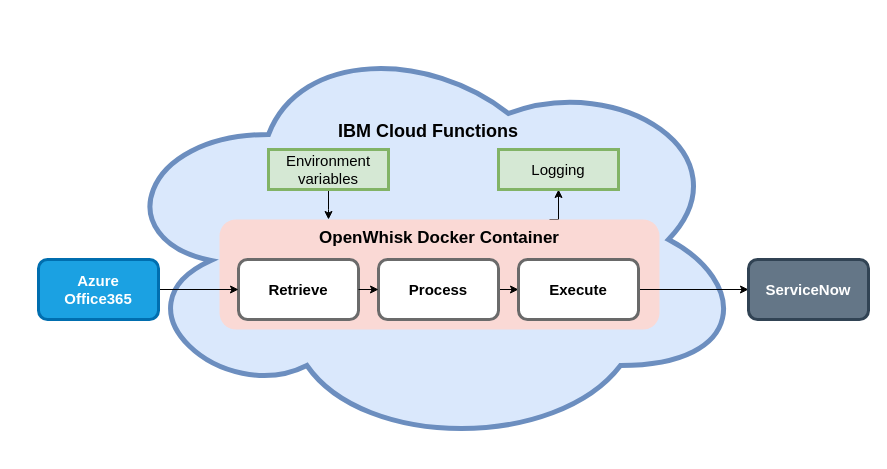
aufbakanleitung/multi-docker keeps this draw.io diagram as Python-E2T.drawio. Above is the earlier version. Source tidied: cells renumbered, new cells numbered last; positions are measured from the earlier drawing's top-left corner, leaving out a move shared by most shapes. Both pictures are drawn from the tidied source at 100%, with x=0, y=0 at pixel (38, 29).
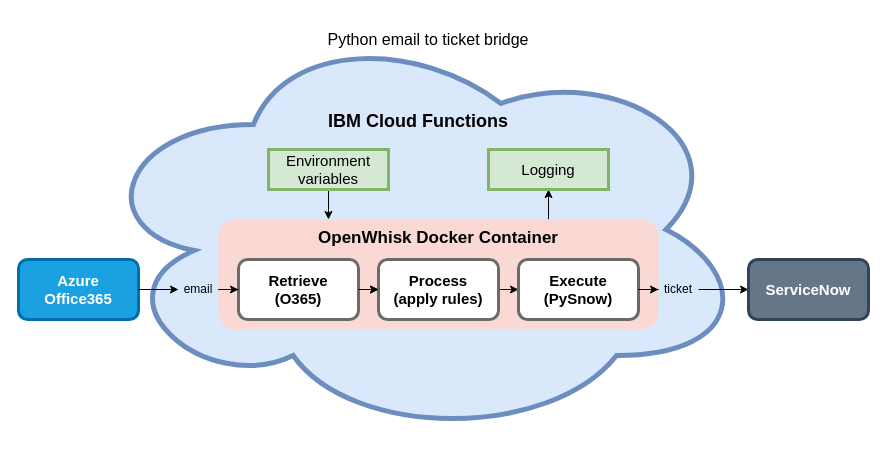
The same page after the edit.

Unchanged cells that the change refers to:
```xml
<mxCell id="13" value="&lt;b&gt;&lt;font color=&quot;#FFFFFF&quot;&gt;ServiceNow&lt;/font&gt;&lt;/b&gt;" style="rounded=1;whiteSpace=wrap;html=1;strokeColor=#314354;fillColor=#647687;fontSize=15;fontColor=#ffffff;strokeWidth=3;" parent="1" vertex="1">
  <mxGeometry x="710" y="230" width="120" height="60" as="geometry" />
</mxCell>
```

What changed in the source:
```diff
@@
     <mxCell id="2" value="&lt;div style=&quot;font-size: 18px&quot;&gt;&lt;b&gt;IBM Cloud Functions&lt;/b&gt;&lt;/div&gt;&lt;div&gt;&lt;br&gt;&lt;/div&gt;&lt;div&gt;&lt;br&gt;&lt;/div&gt;&lt;div&gt;&lt;br&gt;&lt;/div&gt;&lt;div&gt;&lt;br&gt;&lt;/div&gt;&lt;div&gt;&lt;br&gt;&lt;/div&gt;&lt;div&gt;&lt;br&gt;&lt;/div&gt;&lt;div&gt;&lt;br&gt;&lt;/div&gt;&lt;div&gt;&lt;br&gt;&lt;/div&gt;&lt;div&gt;&lt;br&gt;&lt;/div&gt;&lt;div&gt;&lt;br&gt;&lt;/div&gt;&lt;div&gt;&lt;br&gt;&lt;/div&gt;&lt;div&gt;&lt;br&gt;&lt;/div&gt;" style="ellipse;shape=cloud;whiteSpace=wrap;html=1;rounded=1;shadow=0;comic=0;strokeColor=#6c8ebf;strokeWidth=5;fillColor=#dae8fc;fontSize=15;" parent="1" vertex="1">
-      <mxGeometry x="70" width="640" height="420" as="geometry" />
+      <mxGeometry x="50" y="-10" width="660" height="420" as="geometry" />
     </mxCell>
@@
     <mxCell id="4" value="&lt;div style=&quot;font-size: 17px&quot;&gt;OpenWhisk Docker Container&lt;/div&gt;&lt;div&gt;&lt;br&gt;&lt;/div&gt;&lt;div&gt;&lt;br&gt;&lt;/div&gt;&lt;div&gt;&lt;br&gt;&lt;/div&gt;&lt;div&gt;&lt;br&gt;&lt;/div&gt;&lt;div&gt;&lt;br&gt;&lt;/div&gt;" style="rounded=1;whiteSpace=wrap;html=1;fillColor=#fad9d5;strokeColor=none;strokeWidth=5;fontStyle=1;" parent="1" vertex="1">
-      <mxGeometry x="181" y="190" width="440" height="110" as="geometry" />
+      <mxGeometry x="180" y="190" width="440" height="110" as="geometry" />
     </mxCell>
+    <mxCell id="17" style="edgeStyle=orthogonalEdgeStyle;rounded=0;jettySize=auto;html=1;" parent="1" edge="1" source="5" target="7">
+      <mxGeometry relative="1" as="geometry" />
+    </mxCell>
-    <mxCell id="5" value="Retrieve" style="rounded=1;whiteSpace=wrap;html=1;fontStyle=1;fontSize=15;strokeWidth=3;strokeColor=#6B6B6B;" parent="1" vertex="1">
+    <mxCell id="5" value="Retrieve&lt;br&gt;(O365)" style="rounded=1;whiteSpace=wrap;html=1;fontStyle=1;fontSize=15;strokeWidth=3;strokeColor=#6B6B6B;" parent="1" vertex="1">
       <mxGeometry x="200" y="230" width="120" height="60" as="geometry" />
     </mxCell>
@@
-    <mxCell id="7" value="Process" style="rounded=1;whiteSpace=wrap;html=1;fontSize=15;fontStyle=1;strokeWidth=3;strokeColor=#6B6B6B;" parent="1" vertex="1">
+    <mxCell id="7" value="&lt;div&gt;Process&lt;/div&gt;&lt;div&gt;(apply rules)&lt;br&gt;&lt;/div&gt;" style="rounded=1;whiteSpace=wrap;html=1;fontSize=15;fontStyle=1;strokeWidth=3;strokeColor=#6B6B6B;" parent="1" vertex="1">
       <mxGeometry x="340" y="230" width="120" height="60" as="geometry" />
     </mxCell>
-    <mxCell id="8" style="edgeStyle=orthogonalEdgeStyle;rounded=0;jettySize=auto;html=1;exitX=1;exitY=0.5;exitDx=0;exitDy=0;fontSize=15;" parent="1" edge="1" source="9" target="13">
+    <mxCell id="8" style="edgeStyle=orthogonalEdgeStyle;rounded=0;jettySize=auto;html=1;exitX=1;exitY=0.5;exitDx=0;exitDy=0;fontSize=15;" parent="1" edge="1" source="21" target="13">
       <mxGeometry relative="1" as="geometry" />
     </mxCell>
-    <mxCell id="9" value="Execute" style="rounded=1;whiteSpace=wrap;html=1;fontSize=15;fontStyle=1;strokeWidth=3;strokeColor=#696969;" parent="1" vertex="1">
+    <mxCell id="9" value="Execute&lt;br&gt;&lt;div&gt;(PySnow)&lt;/div&gt;" style="rounded=1;whiteSpace=wrap;html=1;fontSize=15;fontStyle=1;strokeWidth=3;strokeColor=#696969;" parent="1" vertex="1">
       <mxGeometry x="480" y="230" width="120" height="60" as="geometry" />
     </mxCell>
@@
-    <mxCell id="11" style="edgeStyle=orthogonalEdgeStyle;rounded=0;jettySize=auto;html=1;exitX=1;exitY=0.5;exitDx=0;exitDy=0;" parent="1" edge="1" source="12" target="5">
+    <mxCell id="11" style="edgeStyle=orthogonalEdgeStyle;rounded=0;jettySize=auto;html=1;exitX=1;exitY=0.5;exitDx=0;exitDy=0;" parent="1" edge="1" source="19" target="5">
       <mxGeometry relative="1" as="geometry" />
     </mxCell>
     <mxCell id="12" value="&lt;div&gt;Azure &lt;br&gt;&lt;/div&gt;&lt;div&gt;&lt;font color=&quot;#FFFFFF&quot;&gt;Office365&lt;/font&gt;&lt;/div&gt;" style="rounded=1;whiteSpace=wrap;html=1;strokeColor=#006EAF;fillColor=#1ba1e2;fontSize=15;fontStyle=1;fontColor=#ffffff;strokeWidth=3;" parent="1" vertex="1">
-      <mxGeometry y="230" width="120" height="60" as="geometry" />
+      <mxGeometry x="-20" y="230" width="120" height="60" as="geometry" />
     </mxCell>
@@
     <mxCell id="16" value="Logging" style="rounded=0;whiteSpace=wrap;html=1;strokeColor=#82b366;fillColor=#d5e8d4;fontSize=15;strokeWidth=3;" parent="1" vertex="1">
-      <mxGeometry x="460" y="120" width="120" height="40" as="geometry" />
+      <mxGeometry x="450" y="120" width="120" height="40" as="geometry" />
     </mxCell>
+    <mxCell id="18" value="&lt;font style=&quot;font-size: 16px&quot;&gt;Python email to ticket bridge&lt;/font&gt;" style="text;html=1;strokeColor=none;fillColor=none;align=center;verticalAlign=middle;whiteSpace=wrap;rounded=0;strokeWidth=6;" parent="1" vertex="1">
+      <mxGeometry x="275" width="230" height="20" as="geometry" />
+    </mxCell>
+    <mxCell id="19" value="&lt;div&gt;email&lt;/div&gt;" style="text;html=1;strokeColor=none;fillColor=none;align=center;verticalAlign=middle;whiteSpace=wrap;rounded=0;opacity=0;" parent="1" vertex="1">
+      <mxGeometry x="140" y="250" width="40" height="20" as="geometry" />
+    </mxCell>
+    <mxCell id="20" style="edgeStyle=orthogonalEdgeStyle;rounded=0;jettySize=auto;html=1;exitX=1;exitY=0.5;exitDx=0;exitDy=0;" parent="1" edge="1" source="12" target="19">
+      <mxGeometry relative="1" as="geometry" />
+    </mxCell>
+    <mxCell id="21" value="ticket" style="text;html=1;strokeColor=none;fillColor=none;align=center;verticalAlign=middle;whiteSpace=wrap;rounded=0;opacity=0;" parent="1" vertex="1">
+      <mxGeometry x="620" y="250" width="40" height="20" as="geometry" />
+    </mxCell>
+    <mxCell id="22" style="edgeStyle=orthogonalEdgeStyle;rounded=0;jettySize=auto;html=1;exitX=1;exitY=0.5;exitDx=0;exitDy=0;fontSize=15;" parent="1" edge="1" source="9" target="21">
+      <mxGeometry relative="1" as="geometry" />
+    </mxCell>
```
